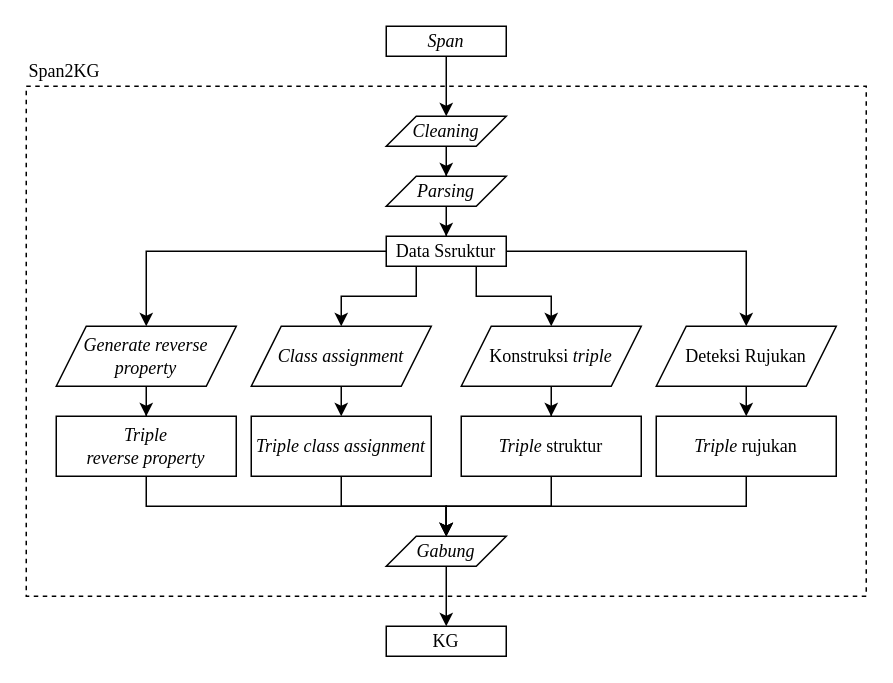
Above: paper/pictures/span2kg.drawio in aabccd021/legal-kg (draw.io), before the change. Source tidied: cells renumbered, new cells numbered last; positions are measured from the earlier drawing's top-left corner, leaving out a move shared by most shapes. Both pictures are drawn from the tidied source at 150%, with x=0, y=0 at pixel (26, 26).
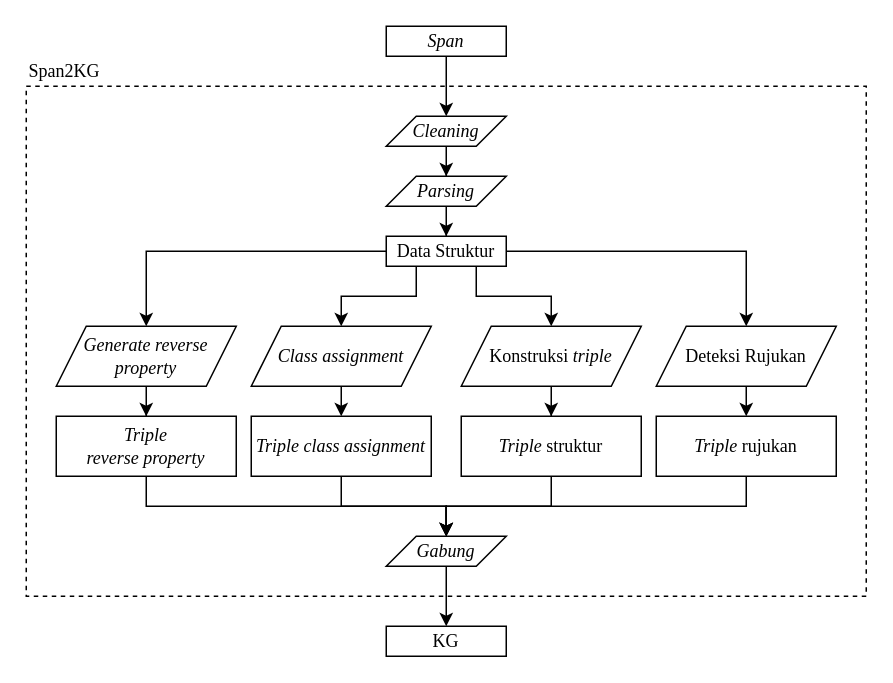
Above is the later version.

The edit, as a diff of the source:
```diff
@@
-    <mxCell id="19" value="Data Ssruktur" style="whiteSpace=wrap;html=1;fontFamily=Times New Roman;" parent="1" vertex="1">
+    <mxCell id="19" value="Data Struktur" style="whiteSpace=wrap;html=1;fontFamily=Times New Roman;" parent="1" vertex="1">
       <mxGeometry x="240" y="140" width="80" height="20" as="geometry" />
     </mxCell>
```
